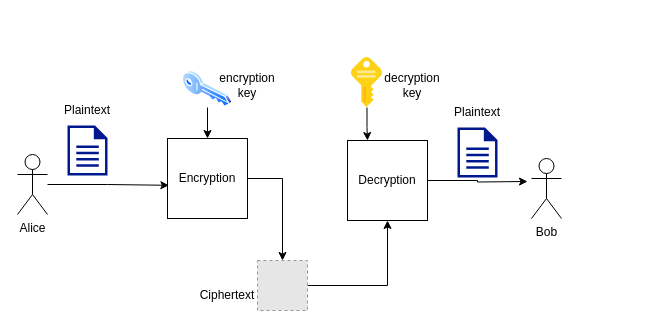
huyle84/diagrams keeps this draw.io diagram as digital-signature.drawio. Above is the earlier version. Source tidied: cells renumbered, new cells numbered last; positions are measured from the earlier drawing's top-left corner, leaving out a move shared by most shapes. Both pictures are drawn from the tidied source at 100%, with x=0, y=0 at pixel (17, 57). Pictures stored in the file or linked from it are replaced by grey dashed boxes.
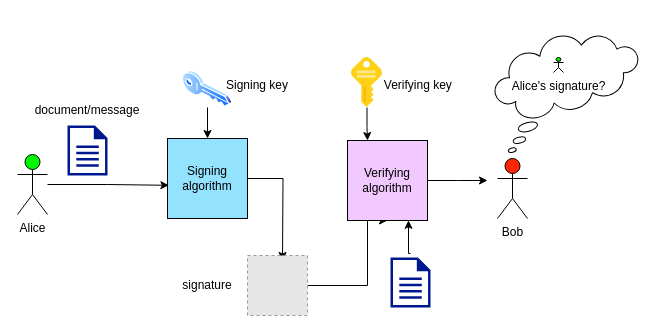
The same diagram, later.

The edit, as a diff of the source:
```diff
@@
-    <mxCell id="2" value="Bob" style="shape=umlActor;verticalLabelPosition=bottom;verticalAlign=top;html=1;" parent="1" vertex="1">
-      <mxGeometry x="514" y="101" width="30" height="60" as="geometry" />
+    <mxCell id="2" value="Bob" style="shape=umlActor;verticalLabelPosition=bottom;verticalAlign=top;html=1;fillColor=#ff2600;" parent="1" vertex="1">
+      <mxGeometry x="480" y="101" width="30" height="60" as="geometry" />
     </mxCell>
@@
-    <mxCell id="4" style="edgeStyle=orthogonalEdgeStyle;rounded=0;jettySize=auto;html=1;entryX=0.5;entryY=1;entryDx=0;entryDy=0;" parent="1" edge="1" source="5" target="16">
-      <mxGeometry relative="1" as="geometry" />
+    <mxCell id="4" style="edgeStyle=orthogonalEdgeStyle;rounded=0;jettySize=auto;html=1;entryX=0.5;entryY=1;entryDx=0;entryDy=0;" parent="1" edge="1" target="16">
+      <mxGeometry relative="1" as="geometry">
+        <mxPoint x="290" y="228" as="sourcePoint" />
+        <Array as="points">
+          <mxPoint x="350" y="228" />
+          <mxPoint x="350" y="163" />
+        </Array>
+      </mxGeometry>
     </mxCell>
-    <mxCell id="5" style="fillColor=#E6E6E6;strokeColor=#999999;dashed=1;html=1;verticalAlign=top;verticalLabelPosition=bottom;labelBackgroundColor=#ffffff;" parent="1" vertex="1">
-      <mxGeometry x="240" y="203" width="50" height="50" as="geometry" />
-    </mxCell>
@@
-    <mxCell id="9" value="Alice&lt;br&gt;" style="shape=umlActor;verticalLabelPosition=bottom;verticalAlign=top;html=1;outlineConnect=0;" parent="1" vertex="1">
+    <mxCell id="9" value="Alice&lt;br&gt;" style="shape=umlActor;verticalLabelPosition=bottom;verticalAlign=top;html=1;outlineConnect=0;fillColor=#00f900;" parent="1" vertex="1">
       <mxGeometry y="97" width="30" height="60" as="geometry" />
     </mxCell>
-    <mxCell id="10" style="edgeStyle=orthogonalEdgeStyle;rounded=0;jettySize=auto;html=1;entryX=0.5;entryY=0;entryDx=0;entryDy=0;" parent="1" edge="1" source="11" target="5">
-      <mxGeometry relative="1" as="geometry" />
+    <mxCell id="10" style="edgeStyle=orthogonalEdgeStyle;rounded=0;jettySize=auto;html=1;entryX=0.5;entryY=0;entryDx=0;entryDy=0;" parent="1" edge="1" source="11">
+      <mxGeometry relative="1" as="geometry">
+        <mxPoint x="265" y="203" as="targetPoint" />
+      </mxGeometry>
     </mxCell>
-    <mxCell id="11" value="Encryption&lt;br&gt;" style="whiteSpace=wrap;html=1;" parent="1" vertex="1">
+    <mxCell id="11" value="Signing algorithm" style="whiteSpace=wrap;html=1;fillColor=#94e3fe;" parent="1" vertex="1">
       <mxGeometry x="150" y="81" width="80" height="80" as="geometry" />
     </mxCell>
-    <mxCell id="12" value="encryption key&lt;br&gt;" style="text;html=1;strokeColor=none;fillColor=none;align=center;verticalAlign=middle;whiteSpace=wrap;rounded=0;" parent="1" vertex="1">
-      <mxGeometry x="200" y="13" width="60" height="30" as="geometry" />
+    <mxCell id="12" value="Signing key&lt;br&gt;" style="text;html=1;strokeColor=none;fillColor=none;align=center;verticalAlign=middle;whiteSpace=wrap;rounded=0;" parent="1" vertex="1">
+      <mxGeometry x="200" y="13" width="80" height="30" as="geometry" />
     </mxCell>
-    <mxCell id="13" value="Plaintext" style="text;html=1;strokeColor=none;fillColor=none;align=center;verticalAlign=middle;whiteSpace=wrap;rounded=0;" parent="1" vertex="1">
+    <mxCell id="13" value="document/message&lt;br&gt;" style="text;html=1;strokeColor=none;fillColor=none;align=center;verticalAlign=middle;whiteSpace=wrap;rounded=0;" parent="1" vertex="1">
       <mxGeometry x="40" y="38" width="60" height="30" as="geometry" />
     </mxCell>
-    <mxCell id="14" value="Ciphertext" style="text;html=1;strokeColor=none;fillColor=none;align=center;verticalAlign=middle;whiteSpace=wrap;rounded=0;" parent="1" vertex="1">
-      <mxGeometry x="180" y="223" width="60" height="30" as="geometry" />
+    <mxCell id="14" value="signature&lt;br&gt;" style="text;html=1;strokeColor=none;fillColor=none;align=center;verticalAlign=middle;whiteSpace=wrap;rounded=0;" parent="1" vertex="1">
+      <mxGeometry x="160" y="213" width="60" height="30" as="geometry" />
     </mxCell>
-    <mxCell id="15" style="edgeStyle=orthogonalEdgeStyle;rounded=0;jettySize=auto;html=1;exitX=1;exitY=0.5;exitDx=0;exitDy=0;" parent="1" edge="1" source="16">
-      <mxGeometry relative="1" as="geometry">
-        <mxPoint x="510" y="124" as="targetPoint" />
-      </mxGeometry>
-    </mxCell>
+    <mxCell id="22" style="edgeStyle=orthogonalEdgeStyle;rounded=0;jettySize=auto;html=1;exitX=1;exitY=0.5;exitDx=0;exitDy=0;" parent="1" edge="1" source="16">
+      <mxGeometry relative="1" as="geometry">
+        <mxPoint x="470" y="123" as="targetPoint" />
+      </mxGeometry>
+    </mxCell>
-    <mxCell id="16" value="Decryption" style="whiteSpace=wrap;html=1;" parent="1" vertex="1">
+    <mxCell id="16" value="Verifying algorithm" style="whiteSpace=wrap;html=1;fillColor=#f1c9fe;" parent="1" vertex="1">
       <mxGeometry x="330" y="83" width="80" height="80" as="geometry" />
     </mxCell>
-    <mxCell id="17" value="decryption key" style="text;html=1;strokeColor=none;fillColor=none;align=center;verticalAlign=middle;whiteSpace=wrap;rounded=0;" parent="1" vertex="1">
-      <mxGeometry x="365" y="13" width="60" height="30" as="geometry" />
+    <mxCell id="17" value="Verifying key&amp;nbsp;" style="text;html=1;strokeColor=none;fillColor=none;align=center;verticalAlign=middle;whiteSpace=wrap;rounded=0;" parent="1" vertex="1">
+      <mxGeometry x="350" y="13" width="105" height="30" as="geometry" />
     </mxCell>
@@
-    <mxCell id="20" style="sketch=0;shadow=0;dashed=0;html=1;strokeColor=none;labelPosition=center;verticalLabelPosition=bottom;verticalAlign=top;align=center;fillColor=#00188D;shape=mxgraph.mscae.enterprise.document;" parent="1" vertex="1">
-      <mxGeometry x="440" y="70" width="40" height="50" as="geometry" />
-    </mxCell>
-    <mxCell id="21" value="Plaintext" style="text;html=1;strokeColor=none;fillColor=none;align=center;verticalAlign=middle;whiteSpace=wrap;rounded=0;" parent="1" vertex="1">
-      <mxGeometry x="430" y="40" width="60" height="30" as="geometry" />
-    </mxCell>
+    <mxCell id="23" style="fillColor=#E6E6E6;strokeColor=#999999;dashed=1;html=1;verticalAlign=top;verticalLabelPosition=bottom;labelBackgroundColor=#ffffff;" parent="1" vertex="1">
+      <mxGeometry x="230" y="198" width="60" height="60" as="geometry" />
+    </mxCell>
+    <mxCell id="24" style="edgeStyle=orthogonalEdgeStyle;rounded=0;orthogonalLoop=1;jettySize=auto;html=1;exitX=0.5;exitY=0;exitDx=0;exitDy=0;exitPerimeter=0;entryX=0.913;entryY=1.06;entryDx=0;entryDy=0;entryPerimeter=0;" parent="1" edge="1">
+      <mxGeometry relative="1" as="geometry">
+        <mxPoint x="393" y="196" as="sourcePoint" />
+        <mxPoint x="391" y="162.8" as="targetPoint" />
+      </mxGeometry>
+    </mxCell>
+    <mxCell id="25" style="sketch=0;shadow=0;dashed=0;html=1;strokeColor=none;labelPosition=center;verticalLabelPosition=bottom;verticalAlign=top;align=center;fillColor=#00188D;shape=mxgraph.mscae.enterprise.document;" parent="1" vertex="1">
+      <mxGeometry x="373" y="200" width="40" height="50" as="geometry" />
+    </mxCell>
+    <mxCell id="26" style="whiteSpace=wrap;html=1;shape=mxgraph.basic.cloud_callout;rotation=-15;" parent="1" vertex="1">
+      <mxGeometry x="476" y="-22" width="150" height="100" as="geometry" />
+    </mxCell>
+    <mxCell id="27" value="Alice's signature?" style="shape=umlActor;verticalLabelPosition=bottom;verticalAlign=top;html=1;fillColor=#00f900;" parent="1" vertex="1">
+      <mxGeometry x="536" width="10" height="15" as="geometry" />
+    </mxCell>
```
